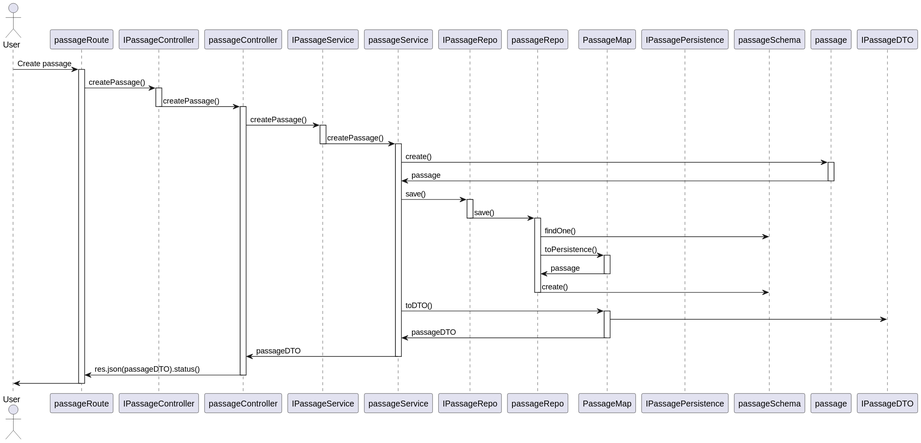
Before: docs/1201458/US240/CriarPassagemSD.svg, a diagram exported from PlantUML (ManuelS2610/sem5pi2324).
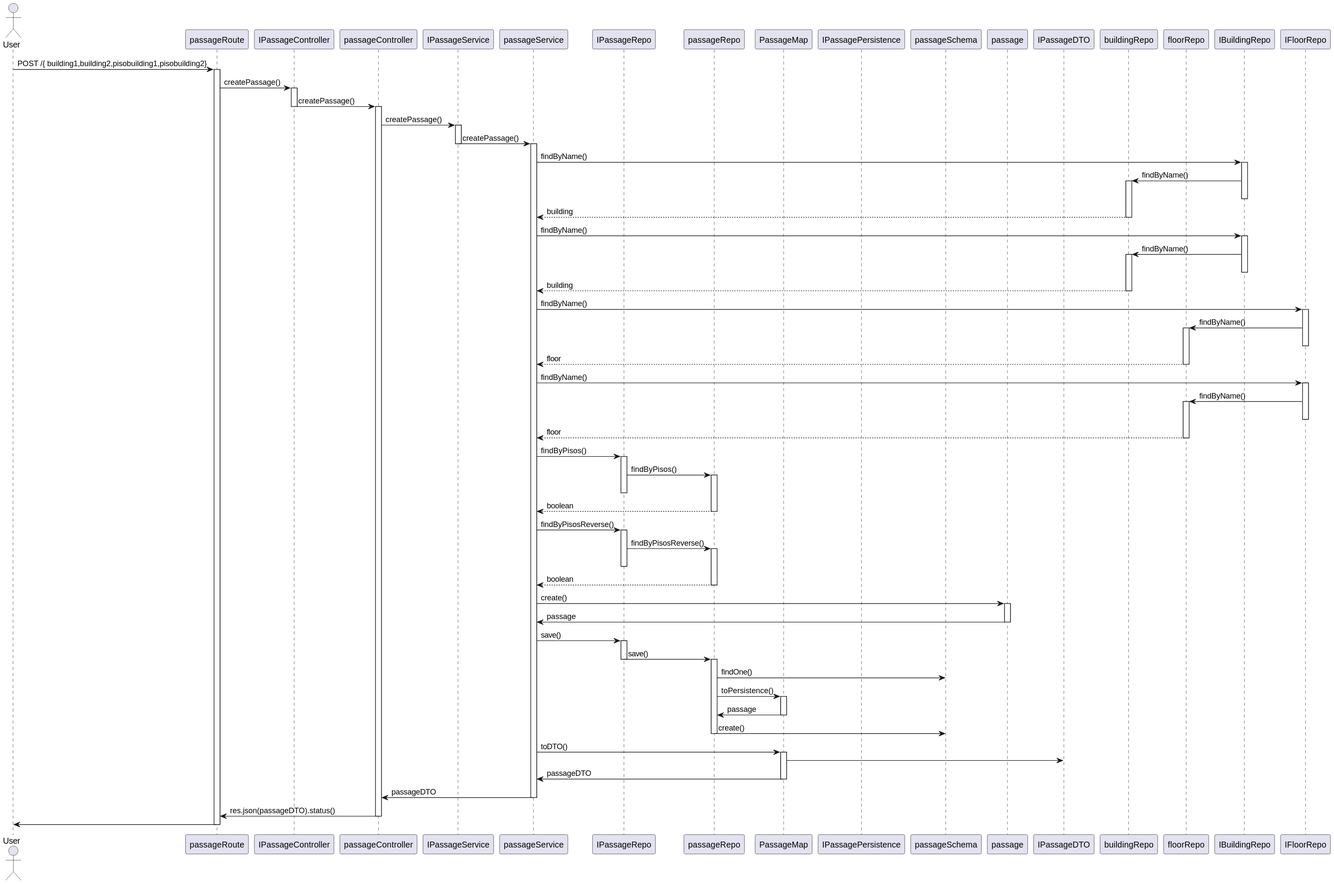
The same file after the commit.

Diff of the diagram source:
```diff
@@ -13,8 +13,11 @@
 participant passageSchema
 participant passage
 participant IPassageDTO
+participant buildingRepo
+participant floorRepo
 
-User -> passageRoute: Create passage
+
+User -> passageRoute: POST /{ building1,building2,pisobuilding1,pisobuilding2}
 activate passageRoute
 passageRoute -> IPassageController : createPassage()
 activate IPassageController
@@ -26,6 +29,48 @@
 IPassageService -> passageService : createPassage()
 deactivate IPassageService
 activate passageService
+passageService -> IBuildingRepo : findByName()
+activate IBuildingRepo
+IBuildingRepo -> buildingRepo : findByName()
+activate buildingRepo
+deactivate IBuildingRepo
+buildingRepo --> passageService : building
+deactivate buildingRepo
+passageService -> IBuildingRepo : findByName()
+activate IBuildingRepo
+IBuildingRepo -> buildingRepo : findByName()
+activate buildingRepo
+deactivate IBuildingRepo
+buildingRepo --> passageService : building
+deactivate buildingRepo
+passageService -> IFloorRepo : findByName()
+activate IFloorRepo
+IFloorRepo -> floorRepo: findByName()
+activate floorRepo
+deactivate IFloorRepo
+floorRepo --> passageService : floor
+deactivate floorRepo
+passageService -> IFloorRepo : findByName()
+activate IFloorRepo
+IFloorRepo -> floorRepo: findByName()
+activate floorRepo
+deactivate IFloorRepo
+floorRepo --> passageService : floor
+deactivate floorRepo
+passageService -> IPassageRepo : findByPisos()
+activate IPassageRepo
+IPassageRepo -> passageRepo : findByPisos()
+activate passageRepo
+deactivate IPassageRepo
+passageRepo --> passageService : boolean
+deactivate passageRepo
+passageService -> IPassageRepo : findByPisosReverse()
+activate IPassageRepo
+IPassageRepo -> passageRepo : findByPisosReverse()
+activate passageRepo
+deactivate IPassageRepo
+passageRepo --> passageService : boolean
+deactivate passageRepo
 passageService -> passage : create()
 activate passage
 passage -> passageService : passage
```
